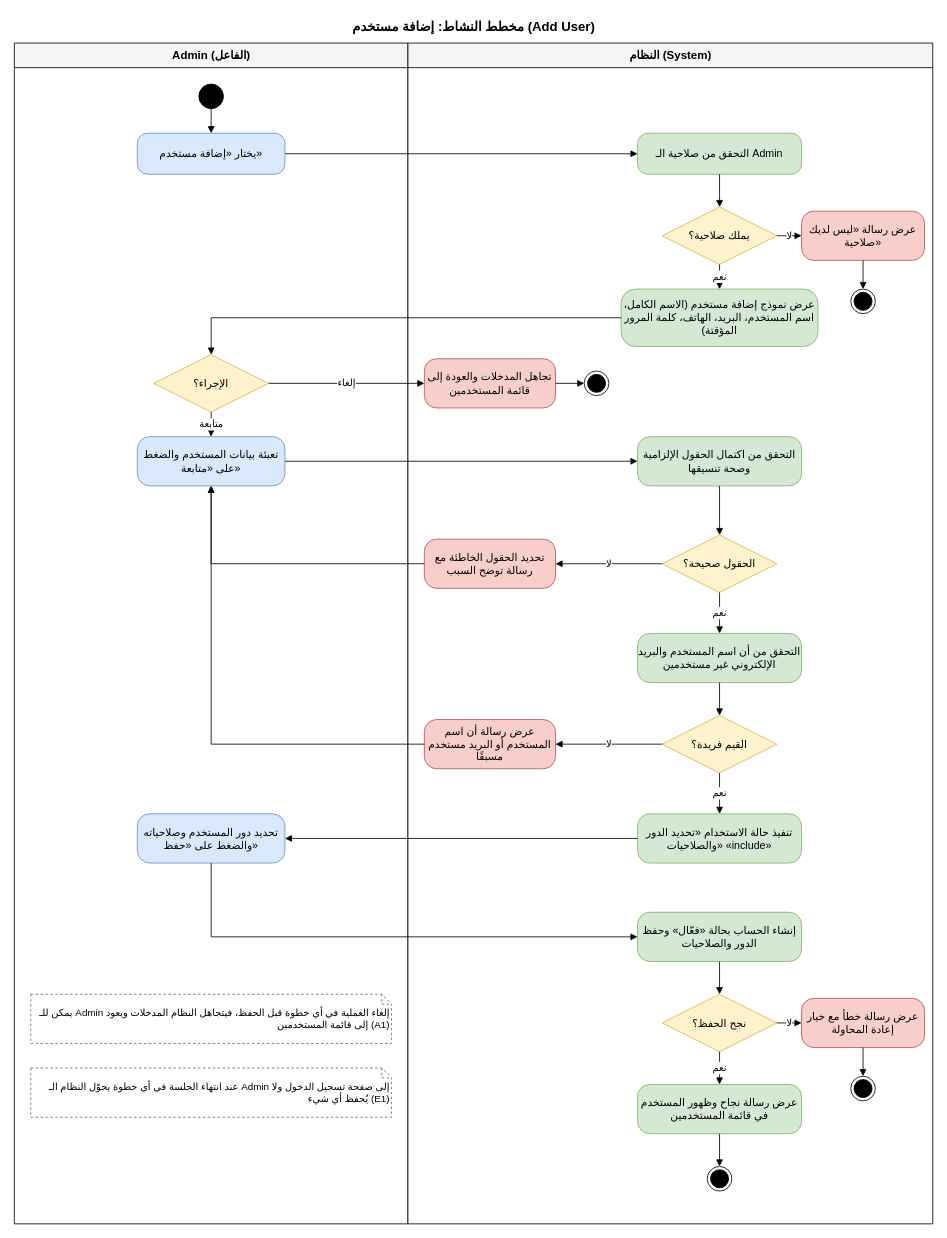
The draw.io diagram docs/analysis/add user/Activity_Diagram_Add_User (1).drawio in QF-MJ/crm-al-mohtaref, before the edit. Source tidied: cells renumbered, new cells numbered last; positions are measured from the earlier drawing's top-left corner, leaving out a move shared by most shapes. Both pictures are drawn from the tidied source at 82%, with x=0, y=0 at pixel (14, 14).
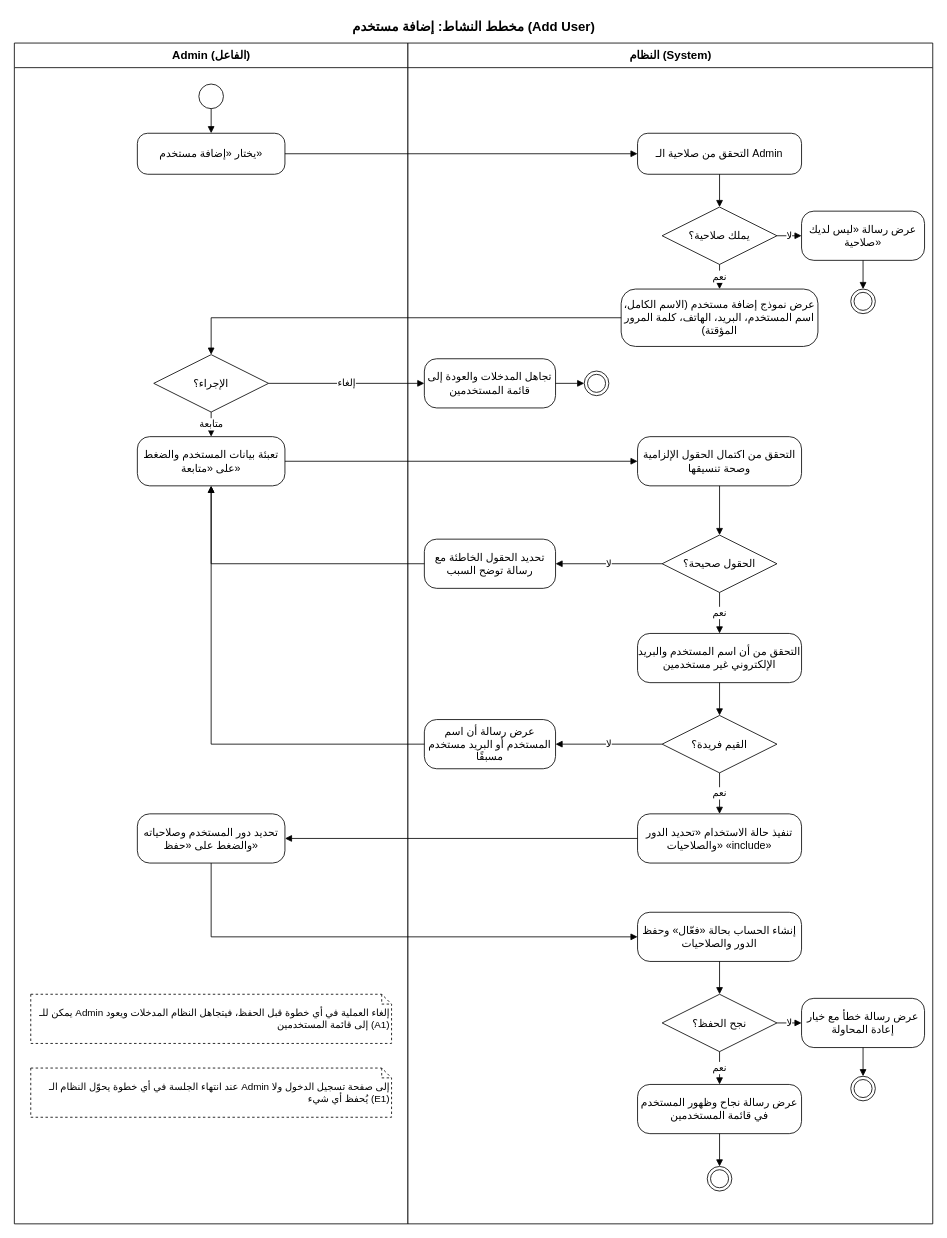
The same diagram, later.

Commit message (it also covers changes not shown here):
edit actuvuty diagram for add user

What changed in the source:
```diff
@@
-    <mxCell id="3" value="Admin (الفاعل)" style="swimlane;startSize=30;html=1;fontSize=14;fontStyle=1;fillColor=#f5f5f5;swimlaneFillColor=#ffffff;" parent="1" vertex="1">
+    <mxCell id="3" value="Admin (الفاعل)" style="swimlane;startSize=30;html=1;fontSize=14;fontStyle=1;swimlaneFillColor=#ffffff;" parent="1" vertex="1">
       <mxGeometry y="35" width="480" height="1440" as="geometry" />
     </mxCell>
-    <mxCell id="4" value="النظام (System)" style="swimlane;startSize=30;html=1;fontSize=14;fontStyle=1;fillColor=#f5f5f5;swimlaneFillColor=#ffffff;" parent="1" vertex="1">
-      <mxGeometry x="480" y="35" width="640" height="1440" as="geometry" />
-    </mxCell>
-    <mxCell id="5" style="ellipse;html=1;fillColor=#000000;strokeColor=#000000;" parent="3" vertex="1">
+    <mxCell id="5" style="ellipse;html=1;" parent="3" vertex="1">
       <mxGeometry x="225" y="50" width="30" height="30" as="geometry" />
     </mxCell>
-    <mxCell id="6" value="يختار «إضافة مستخدم»" style="fontSize=13;html=1;whiteSpace=wrap;rounded=1;arcSize=25;fillColor=#dae8fc;strokeColor=#6c8ebf;" parent="3" vertex="1">
+    <mxCell id="6" value="يختار «إضافة مستخدم»" style="fontSize=13;html=1;whiteSpace=wrap;rounded=1;arcSize=25;" parent="3" vertex="1">
       <mxGeometry x="150" y="110" width="180" height="50" as="geometry" />
     </mxCell>
+    <mxCell id="12" value="الإجراء؟" style="fontSize=13;html=1;whiteSpace=wrap;rhombus;" parent="3" vertex="1">
+      <mxGeometry x="170" y="380" width="140" height="70" as="geometry" />
+    </mxCell>
+    <mxCell id="15" value="تعبئة بيانات المستخدم والضغط على «متابعة»" style="fontSize=13;html=1;whiteSpace=wrap;rounded=1;arcSize=25;" parent="3" vertex="1">
+      <mxGeometry x="150" y="480" width="180" height="60" as="geometry" />
+    </mxCell>
+    <mxCell id="23" value="تحديد دور المستخدم وصلاحياته والضغط على «حفظ»" style="fontSize=13;html=1;whiteSpace=wrap;rounded=1;arcSize=25;" parent="3" vertex="1">
+      <mxGeometry x="150" y="940" width="180" height="60" as="geometry" />
+    </mxCell>
+    <mxCell id="30" value="يمكن للـ Admin إلغاء العملية في أي خطوة قبل الحفظ، فيتجاهل النظام المدخلات ويعود إلى قائمة المستخدمين (A1)" style="shape=note;size=12;html=1;whiteSpace=wrap;align=right;fontSize=12;dashed=1;" parent="3" vertex="1">
+      <mxGeometry x="20" y="1160" width="440" height="60" as="geometry" />
+    </mxCell>
+    <mxCell id="31" value="عند انتهاء الجلسة في أي خطوة يحوّل النظام الـ Admin إلى صفحة تسجيل الدخول ولا يُحفظ أي شيء (E1)" style="shape=note;size=12;html=1;whiteSpace=wrap;align=right;fontSize=12;dashed=1;" parent="3" vertex="1">
+      <mxGeometry x="20" y="1250" width="440" height="60" as="geometry" />
+    </mxCell>
+    <mxCell id="4" value="النظام (System)" style="swimlane;startSize=30;html=1;fontSize=14;fontStyle=1;swimlaneFillColor=#ffffff;" parent="1" vertex="1">
+      <mxGeometry x="480" y="35" width="640" height="1440" as="geometry" />
+    </mxCell>
-    <mxCell id="7" value="التحقق من صلاحية الـ Admin" style="fontSize=13;html=1;whiteSpace=wrap;rounded=1;arcSize=25;fillColor=#d5e8d4;strokeColor=#82b366;" parent="4" vertex="1">
+    <mxCell id="7" value="التحقق من صلاحية الـ Admin" style="fontSize=13;html=1;whiteSpace=wrap;rounded=1;arcSize=25;" parent="4" vertex="1">
       <mxGeometry x="280" y="110" width="200" height="50" as="geometry" />
     </mxCell>
-    <mxCell id="8" value="يملك صلاحية؟" style="fontSize=13;html=1;whiteSpace=wrap;rhombus;fillColor=#fff2cc;strokeColor=#d6b656;" parent="4" vertex="1">
+    <mxCell id="8" value="يملك صلاحية؟" style="fontSize=13;html=1;whiteSpace=wrap;rhombus;" parent="4" vertex="1">
       <mxGeometry x="310" y="200" width="140" height="70" as="geometry" />
     </mxCell>
-    <mxCell id="9" value="عرض رسالة «ليس لديك صلاحية»" style="fontSize=13;html=1;whiteSpace=wrap;rounded=1;arcSize=25;fillColor=#f8cecc;strokeColor=#b85450;" parent="4" vertex="1">
+    <mxCell id="9" value="عرض رسالة «ليس لديك صلاحية»" style="fontSize=13;html=1;whiteSpace=wrap;rounded=1;arcSize=25;" parent="4" vertex="1">
       <mxGeometry x="480" y="205" width="150" height="60" as="geometry" />
     </mxCell>
-    <mxCell id="10" style="shape=endState;html=1;fillColor=#000000;strokeColor=#000000;" parent="4" vertex="1">
+    <mxCell id="10" style="shape=endState;html=1;" parent="4" vertex="1">
       <mxGeometry x="540" y="300" width="30" height="30" as="geometry" />
     </mxCell>
-    <mxCell id="11" value="عرض نموذج إضافة مستخدم (الاسم الكامل، اسم المستخدم، البريد، الهاتف، كلمة المرور المؤقتة)" style="fontSize=13;html=1;whiteSpace=wrap;rounded=1;arcSize=25;fillColor=#d5e8d4;strokeColor=#82b366;" parent="4" vertex="1">
+    <mxCell id="11" value="عرض نموذج إضافة مستخدم (الاسم الكامل، اسم المستخدم، البريد، الهاتف، كلمة المرور المؤقتة)" style="fontSize=13;html=1;whiteSpace=wrap;rounded=1;arcSize=25;" parent="4" vertex="1">
       <mxGeometry x="260" y="300" width="240" height="70" as="geometry" />
     </mxCell>
-    <mxCell id="12" value="الإجراء؟" style="fontSize=13;html=1;whiteSpace=wrap;rhombus;fillColor=#fff2cc;strokeColor=#d6b656;" parent="3" vertex="1">
-      <mxGeometry x="170" y="380" width="140" height="70" as="geometry" />
-    </mxCell>
-    <mxCell id="13" value="تجاهل المدخلات والعودة إلى قائمة المستخدمين" style="fontSize=13;html=1;whiteSpace=wrap;rounded=1;arcSize=25;fillColor=#f8cecc;strokeColor=#b85450;" parent="4" vertex="1">
+    <mxCell id="13" value="تجاهل المدخلات والعودة إلى قائمة المستخدمين" style="fontSize=13;html=1;whiteSpace=wrap;rounded=1;arcSize=25;" parent="4" vertex="1">
       <mxGeometry x="20" y="385" width="160" height="60" as="geometry" />
     </mxCell>
-    <mxCell id="14" style="shape=endState;html=1;fillColor=#000000;strokeColor=#000000;" parent="4" vertex="1">
+    <mxCell id="14" style="shape=endState;html=1;" parent="4" vertex="1">
       <mxGeometry x="215" y="400" width="30" height="30" as="geometry" />
     </mxCell>
-    <mxCell id="15" value="تعبئة بيانات المستخدم والضغط على «متابعة»" style="fontSize=13;html=1;whiteSpace=wrap;rounded=1;arcSize=25;fillColor=#dae8fc;strokeColor=#6c8ebf;" parent="3" vertex="1">
-      <mxGeometry x="150" y="480" width="180" height="60" as="geometry" />
-    </mxCell>
-    <mxCell id="16" value="التحقق من اكتمال الحقول الإلزامية وصحة تنسيقها" style="fontSize=13;html=1;whiteSpace=wrap;rounded=1;arcSize=25;fillColor=#d5e8d4;strokeColor=#82b366;" parent="4" vertex="1">
+    <mxCell id="16" value="التحقق من اكتمال الحقول الإلزامية وصحة تنسيقها" style="fontSize=13;html=1;whiteSpace=wrap;rounded=1;arcSize=25;" parent="4" vertex="1">
       <mxGeometry x="280" y="480" width="200" height="60" as="geometry" />
     </mxCell>
-    <mxCell id="17" value="الحقول صحيحة؟" style="fontSize=13;html=1;whiteSpace=wrap;rhombus;fillColor=#fff2cc;strokeColor=#d6b656;" parent="4" vertex="1">
+    <mxCell id="17" value="الحقول صحيحة؟" style="fontSize=13;html=1;whiteSpace=wrap;rhombus;" parent="4" vertex="1">
       <mxGeometry x="310" y="600" width="140" height="70" as="geometry" />
     </mxCell>
-    <mxCell id="18" value="تحديد الحقول الخاطئة مع رسالة توضح السبب" style="fontSize=13;html=1;whiteSpace=wrap;rounded=1;arcSize=25;fillColor=#f8cecc;strokeColor=#b85450;" parent="4" vertex="1">
+    <mxCell id="18" value="تحديد الحقول الخاطئة مع رسالة توضح السبب" style="fontSize=13;html=1;whiteSpace=wrap;rounded=1;arcSize=25;" parent="4" vertex="1">
       <mxGeometry x="20" y="605" width="160" height="60" as="geometry" />
     </mxCell>
-    <mxCell id="19" value="التحقق من أن اسم المستخدم والبريد الإلكتروني غير مستخدمين" style="fontSize=13;html=1;whiteSpace=wrap;rounded=1;arcSize=25;fillColor=#d5e8d4;strokeColor=#82b366;" parent="4" vertex="1">
+    <mxCell id="19" value="التحقق من أن اسم المستخدم والبريد الإلكتروني غير مستخدمين" style="fontSize=13;html=1;whiteSpace=wrap;rounded=1;arcSize=25;" parent="4" vertex="1">
       <mxGeometry x="280" y="720" width="200" height="60" as="geometry" />
     </mxCell>
-    <mxCell id="20" value="القيم فريدة؟" style="fontSize=13;html=1;whiteSpace=wrap;rhombus;fillColor=#fff2cc;strokeColor=#d6b656;" parent="4" vertex="1">
+    <mxCell id="20" value="القيم فريدة؟" style="fontSize=13;html=1;whiteSpace=wrap;rhombus;" parent="4" vertex="1">
       <mxGeometry x="310" y="820" width="140" height="70" as="geometry" />
     </mxCell>
-    <mxCell id="21" value="عرض رسالة أن اسم المستخدم أو البريد مستخدم مسبقًا" style="fontSize=13;html=1;whiteSpace=wrap;rounded=1;arcSize=25;fillColor=#f8cecc;strokeColor=#b85450;" parent="4" vertex="1">
+    <mxCell id="21" value="عرض رسالة أن اسم المستخدم أو البريد مستخدم مسبقًا" style="fontSize=13;html=1;whiteSpace=wrap;rounded=1;arcSize=25;" parent="4" vertex="1">
       <mxGeometry x="20" y="825" width="160" height="60" as="geometry" />
     </mxCell>
-    <mxCell id="22" value="تنفيذ حالة الاستخدام «تحديد الدور والصلاحيات» «include»" style="fontSize=13;html=1;whiteSpace=wrap;rounded=1;arcSize=25;fillColor=#d5e8d4;strokeColor=#82b366;" parent="4" vertex="1">
+    <mxCell id="22" value="تنفيذ حالة الاستخدام «تحديد الدور والصلاحيات» «include»" style="fontSize=13;html=1;whiteSpace=wrap;rounded=1;arcSize=25;" parent="4" vertex="1">
       <mxGeometry x="280" y="940" width="200" height="60" as="geometry" />
     </mxCell>
-    <mxCell id="23" value="تحديد دور المستخدم وصلاحياته والضغط على «حفظ»" style="fontSize=13;html=1;whiteSpace=wrap;rounded=1;arcSize=25;fillColor=#dae8fc;strokeColor=#6c8ebf;" parent="3" vertex="1">
-      <mxGeometry x="150" y="940" width="180" height="60" as="geometry" />
-    </mxCell>
-    <mxCell id="24" value="إنشاء الحساب بحالة «فعّال» وحفظ الدور والصلاحيات" style="fontSize=13;html=1;whiteSpace=wrap;rounded=1;arcSize=25;fillColor=#d5e8d4;strokeColor=#82b366;" parent="4" vertex="1">
+    <mxCell id="24" value="إنشاء الحساب بحالة «فعّال» وحفظ الدور والصلاحيات" style="fontSize=13;html=1;whiteSpace=wrap;rounded=1;arcSize=25;" parent="4" vertex="1">
       <mxGeometry x="280" y="1060" width="200" height="60" as="geometry" />
     </mxCell>
-    <mxCell id="25" value="نجح الحفظ؟" style="fontSize=13;html=1;whiteSpace=wrap;rhombus;fillColor=#fff2cc;strokeColor=#d6b656;" parent="4" vertex="1">
+    <mxCell id="25" value="نجح الحفظ؟" style="fontSize=13;html=1;whiteSpace=wrap;rhombus;" parent="4" vertex="1">
       <mxGeometry x="310" y="1160" width="140" height="70" as="geometry" />
     </mxCell>
-    <mxCell id="26" value="عرض رسالة خطأ مع خيار إعادة المحاولة" style="fontSize=13;html=1;whiteSpace=wrap;rounded=1;arcSize=25;fillColor=#f8cecc;strokeColor=#b85450;" parent="4" vertex="1">
+    <mxCell id="26" value="عرض رسالة خطأ مع خيار إعادة المحاولة" style="fontSize=13;html=1;whiteSpace=wrap;rounded=1;arcSize=25;" parent="4" vertex="1">
       <mxGeometry x="480" y="1165" width="150" height="60" as="geometry" />
     </mxCell>
-    <mxCell id="27" style="shape=endState;html=1;fillColor=#000000;strokeColor=#000000;" parent="4" vertex="1">
+    <mxCell id="27" style="shape=endState;html=1;" parent="4" vertex="1">
       <mxGeometry x="540" y="1260" width="30" height="30" as="geometry" />
     </mxCell>
-    <mxCell id="28" value="عرض رسالة نجاح وظهور المستخدم في قائمة المستخدمين" style="fontSize=13;html=1;whiteSpace=wrap;rounded=1;arcSize=25;fillColor=#d5e8d4;strokeColor=#82b366;" parent="4" vertex="1">
+    <mxCell id="28" value="عرض رسالة نجاح وظهور المستخدم في قائمة المستخدمين" style="fontSize=13;html=1;whiteSpace=wrap;rounded=1;arcSize=25;" parent="4" vertex="1">
       <mxGeometry x="280" y="1270" width="200" height="60" as="geometry" />
     </mxCell>
-    <mxCell id="29" style="shape=endState;html=1;fillColor=#000000;strokeColor=#000000;" parent="4" vertex="1">
+    <mxCell id="29" style="shape=endState;html=1;" parent="4" vertex="1">
       <mxGeometry x="365" y="1370" width="30" height="30" as="geometry" />
     </mxCell>
-    <mxCell id="30" value="يمكن للـ Admin إلغاء العملية في أي خطوة قبل الحفظ، فيتجاهل النظام المدخلات ويعود إلى قائمة المستخدمين (A1)" style="shape=note;size=12;html=1;whiteSpace=wrap;align=right;fontSize=12;fillColor=#ffffff;strokeColor=#666666;dashed=1;" parent="3" vertex="1">
-      <mxGeometry x="20" y="1160" width="440" height="60" as="geometry" />
-    </mxCell>
-    <mxCell id="31" value="عند انتهاء الجلسة في أي خطوة يحوّل النظام الـ Admin إلى صفحة تسجيل الدخول ولا يُحفظ أي شيء (E1)" style="shape=note;size=12;html=1;whiteSpace=wrap;align=right;fontSize=12;fillColor=#ffffff;strokeColor=#666666;dashed=1;" parent="3" vertex="1">
-      <mxGeometry x="20" y="1250" width="440" height="60" as="geometry" />
-    </mxCell>
```
